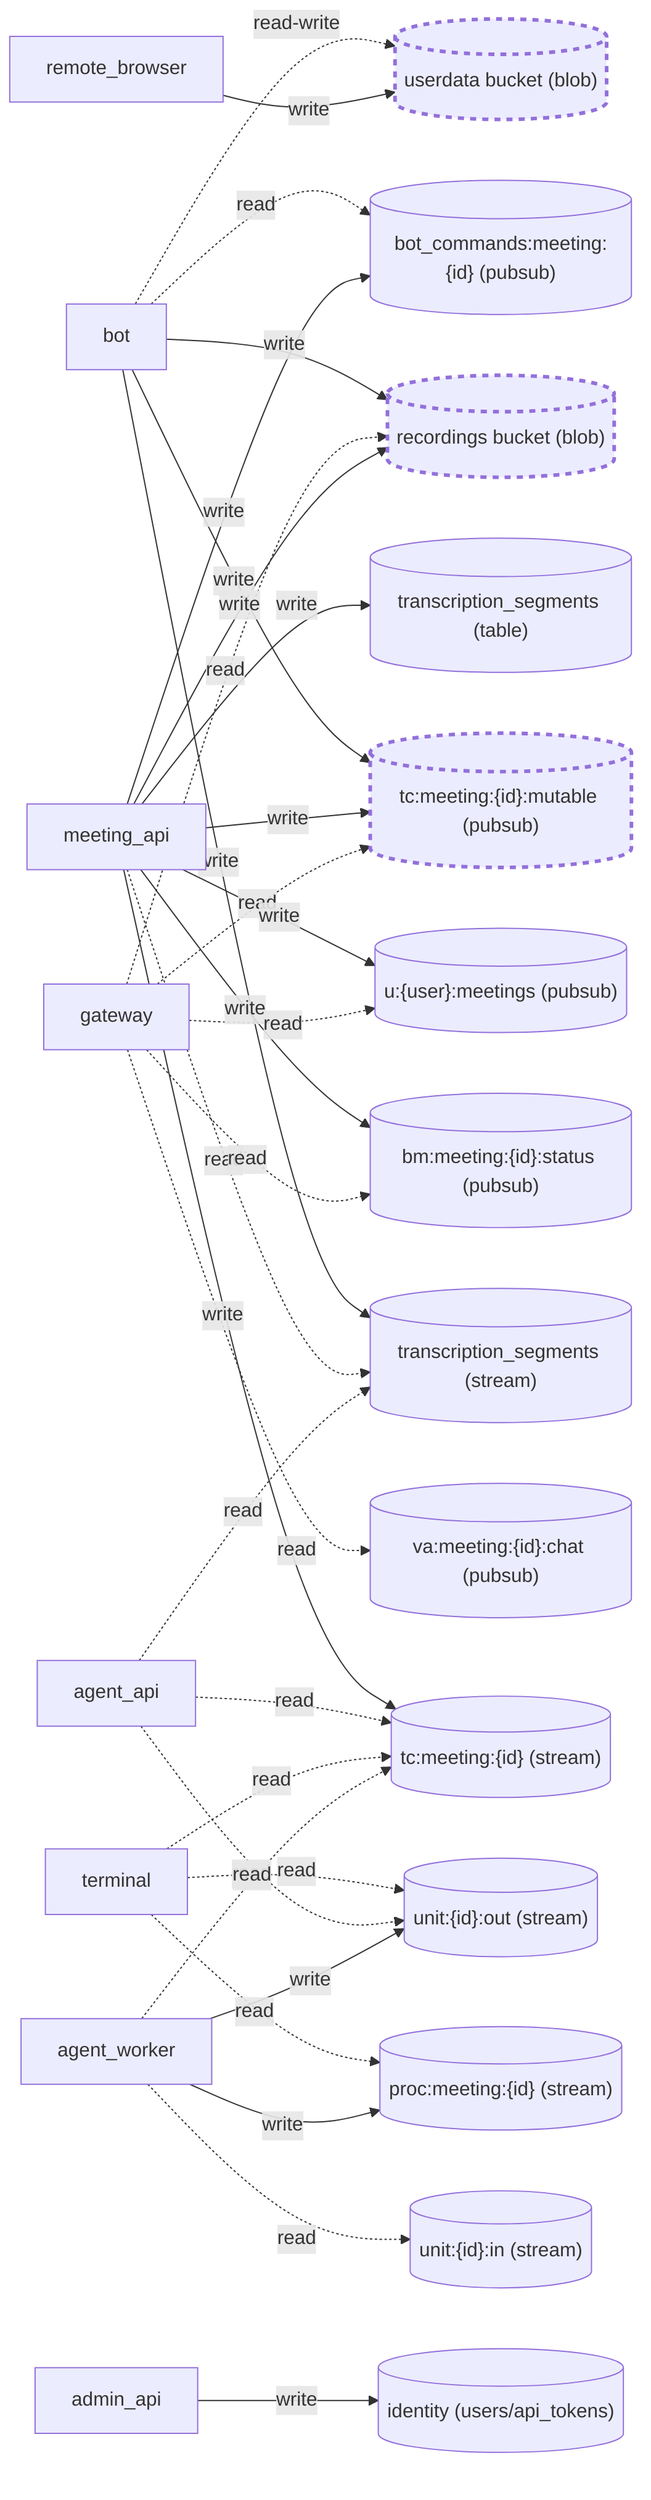
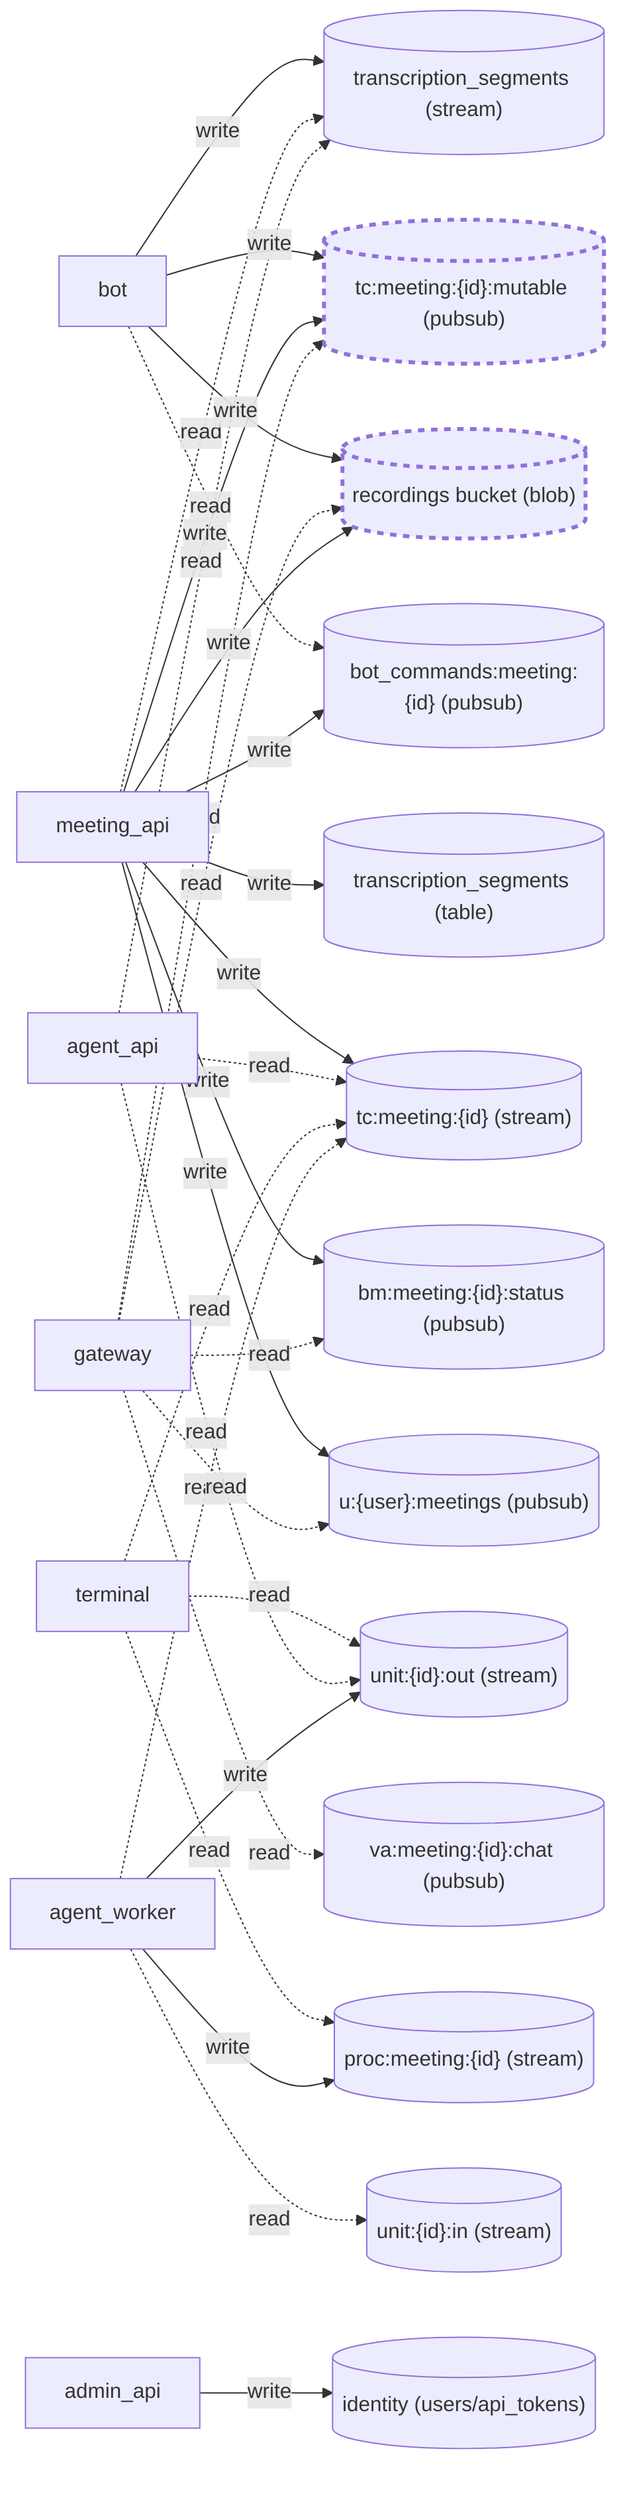
%% GENERATED — pnpm arch:dsl --write
flowchart LR
  segments_stream[("transcription_segments (stream)")]
  tc_mutable[("tc:meeting:{id}:mutable (pubsub)")]
  style tc_mutable stroke-dasharray: 5 5,stroke-width:3px
  tc_stream[("tc:meeting:{id} (stream)")]
  proc_stream[("proc:meeting:{id} (stream)")]
  out_stream[("unit:{id}:out (stream)")]
  segments_table[("transcription_segments (table)")]
  recording_blob[("recordings bucket (blob)")]
  style recording_blob stroke-dasharray: 5 5,stroke-width:3px
-   userdata_blob[("userdata bucket (blob)")]
-   style userdata_blob stroke-dasharray: 5 5,stroke-width:3px
  bm_status[("bm:meeting:{id}:status (pubsub)")]
  u_meetings[("u:{user}:meetings (pubsub)")]
  bot_commands[("bot_commands:meeting:{id} (pubsub)")]
  unit_in[("unit:{id}:in (stream)")]
  va_chat[("va:meeting:{id}:chat (pubsub)")]
  identity_db[("identity (users/api_tokens)")]
  bot -->|write| segments_stream
  bot -->|write| tc_mutable
  meeting_api -.->|read| segments_stream
  meeting_api -->|write| tc_mutable
  meeting_api -->|write| segments_table
  meeting_api -->|write| tc_stream
  agent_api -.->|read| tc_stream
  gateway -.->|read| tc_mutable
  terminal -.->|read| tc_stream
  terminal -.->|read| proc_stream
  terminal -.->|read| out_stream
  bot -->|write| recording_blob
-   bot -.->|read-write| userdata_blob
-   remote_browser -->|write| userdata_blob
  gateway -.->|read| recording_blob
  bot -.->|read| bot_commands
  meeting_api -->|write| bm_status
  meeting_api -->|write| u_meetings
  meeting_api -->|write| bot_commands
  meeting_api -->|write| recording_blob
  agent_api -.->|read| segments_stream
  agent_api -.->|read| out_stream
  agent_worker -.->|read| tc_stream
  agent_worker -->|write| out_stream
  agent_worker -->|write| proc_stream
  agent_worker -.->|read| unit_in
  gateway -.->|read| bm_status
  gateway -.->|read| u_meetings
  gateway -.->|read| va_chat
  admin_api -->|write| identity_db
